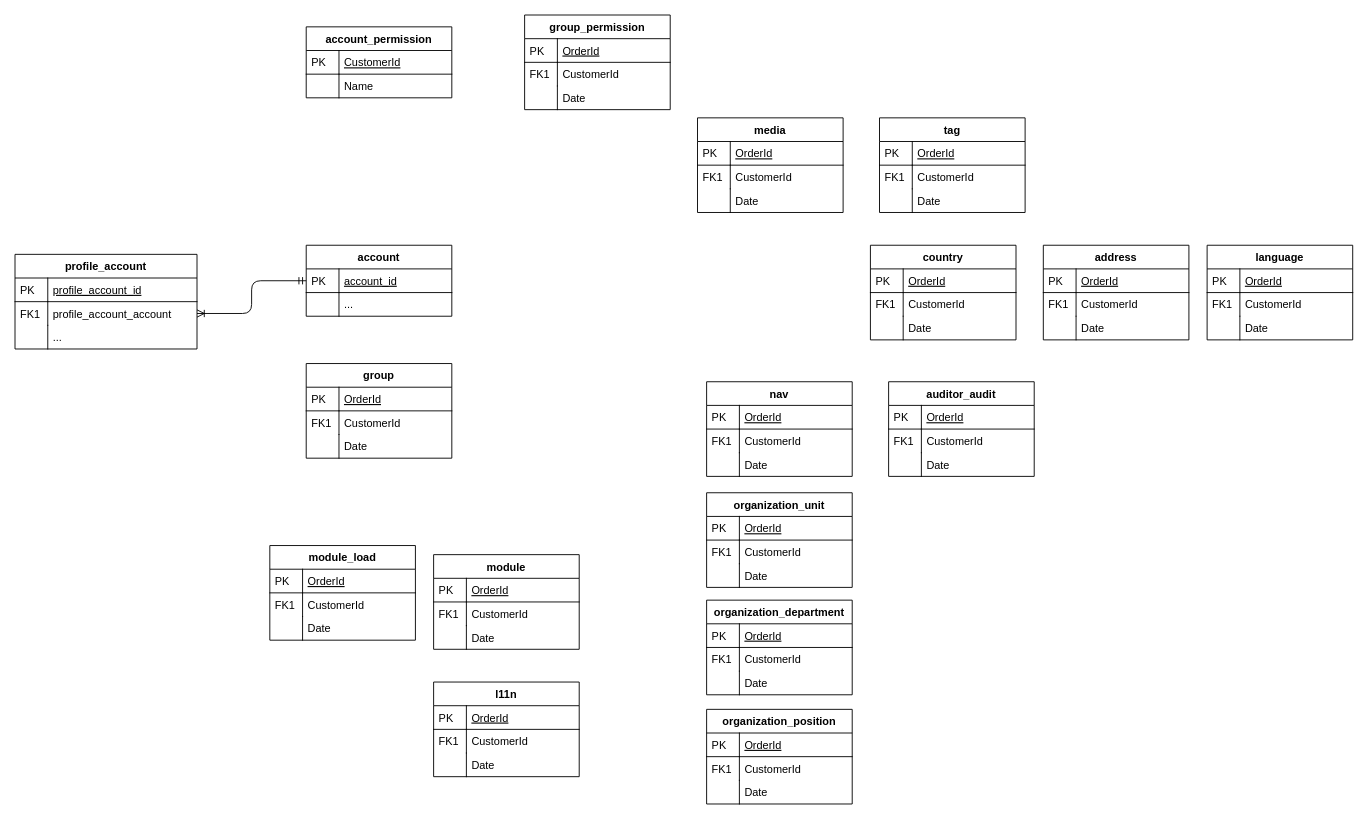
The draw.io diagram application/Untitled Diagram.drawio in Orange-Management/Developer-Guide, before the edit. Source tidied: cells renumbered, new cells numbered last; positions are measured from the earlier drawing's top-left corner, leaving out a move shared by most shapes. Both pictures are drawn from the tidied source at 91%, with x=0, y=0 at pixel (15, 15).
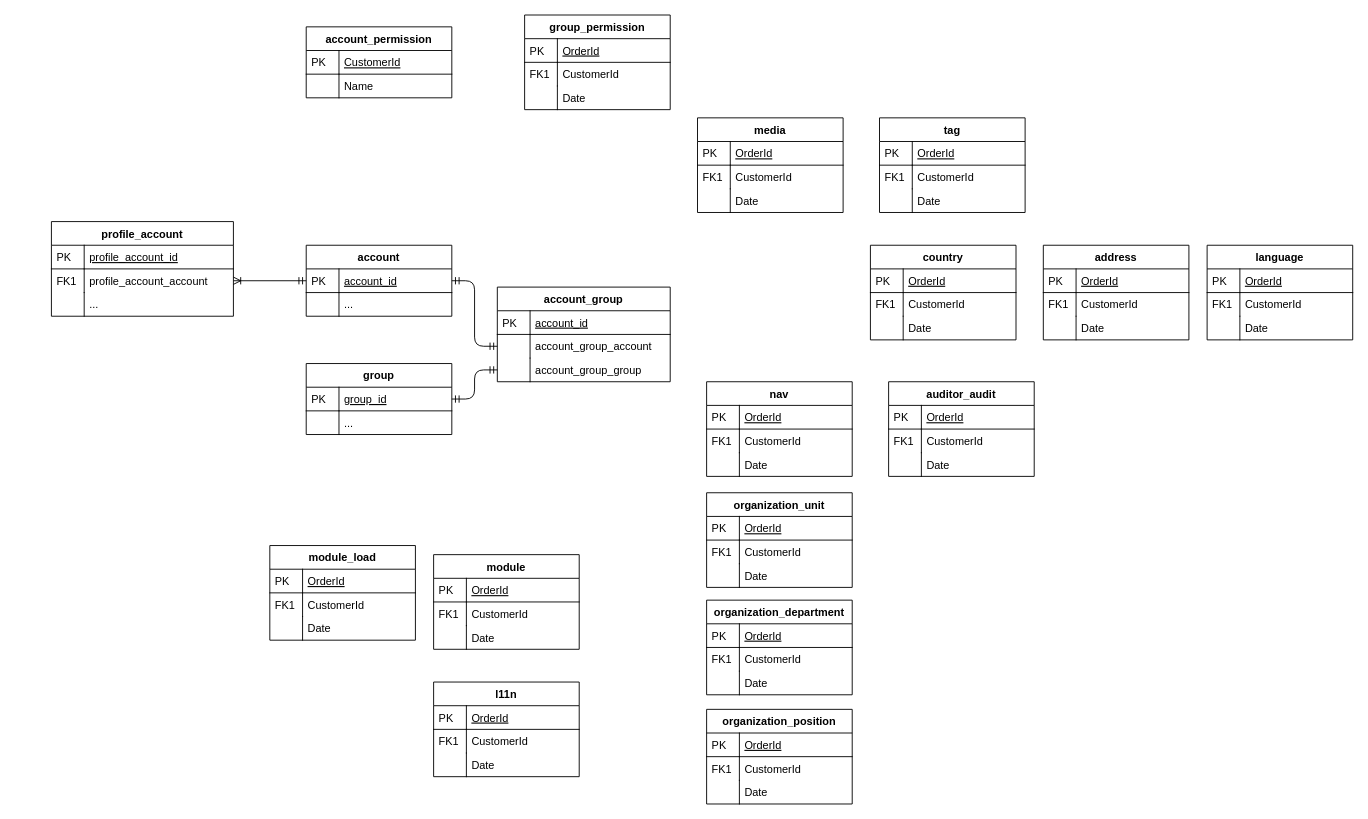
The same page after the edit.

The change refers to these unchanged cells:
```xml
<mxCell id="2" value="account" style="swimlane;fontStyle=1;horizontal=1;startSize=26;rounded=0;shadow=0;strokeWidth=1;" parent="1" vertex="1">
  <mxGeometry x="320" y="253" width="160" height="78" as="geometry" />
</mxCell>
```

Change to the diagram source:
```diff
@@
     <mxCell id="7" value="group" style="swimlane;fontStyle=1;horizontal=1;startSize=26;rounded=0;shadow=0;strokeWidth=1;" parent="1" vertex="1">
-      <mxGeometry x="320" y="383" width="160" height="104" as="geometry" />
+      <mxGeometry x="320" y="383" width="160" height="78" as="geometry" />
     </mxCell>
-    <mxCell id="8" value="OrderId" style="shape=partialRectangle;top=0;left=0;right=0;bottom=1;align=left;verticalAlign=top;fillColor=none;spacingLeft=40;spacingRight=4;overflow=hidden;points=[[0,0.5],[1,0.5]];portConstraint=eastwest;rounded=0;shadow=0;strokeWidth=1;fontStyle=4;" parent="7" vertex="1">
+    <mxCell id="8" value="group_id" style="shape=partialRectangle;top=0;left=0;right=0;bottom=1;align=left;verticalAlign=top;fillColor=none;spacingLeft=40;spacingRight=4;overflow=hidden;points=[[0,0.5],[1,0.5]];portConstraint=eastwest;rounded=0;shadow=0;strokeWidth=1;fontStyle=4;" parent="7" vertex="1">
       <mxGeometry y="26" width="160" height="26" as="geometry" />
     </mxCell>
@@
-    <mxCell id="10" value="CustomerId" style="shape=partialRectangle;top=0;left=0;right=0;bottom=0;align=left;verticalAlign=top;fillColor=none;spacingLeft=40;spacingRight=4;overflow=hidden;rounded=0;shadow=0;strokeWidth=1;" parent="7" vertex="1">
-      <mxGeometry y="52" width="160" height="26" as="geometry" />
-    </mxCell>
-    <mxCell id="11" value="FK1" style="shape=partialRectangle;top=0;left=0;bottom=0;fillColor=none;align=left;verticalAlign=top;spacingLeft=4;spacingRight=4;overflow=hidden;" parent="10" vertex="1">
-      <mxGeometry width="36" height="26" as="geometry" />
-    </mxCell>
-    <mxCell id="12" value="Date" style="shape=partialRectangle;top=0;left=0;right=0;bottom=0;align=left;verticalAlign=top;fillColor=none;spacingLeft=40;spacingRight=4;overflow=hidden;rounded=0;shadow=0;strokeWidth=1;" parent="7" vertex="1">
-      <mxGeometry y="78" width="160" height="26" as="geometry" />
+    <mxCell id="12" value="..." style="shape=partialRectangle;top=0;left=0;right=0;bottom=0;align=left;verticalAlign=top;fillColor=none;spacingLeft=40;spacingRight=4;overflow=hidden;rounded=0;shadow=0;strokeWidth=1;" parent="7" vertex="1">
+      <mxGeometry y="52" width="160" height="26" as="geometry" />
     </mxCell>
@@
     <mxCell id="14" value="profile_account" style="swimlane;fontStyle=1;horizontal=1;startSize=26;rounded=0;shadow=0;strokeWidth=1;" parent="1" vertex="1">
-      <mxGeometry y="263" width="200" height="104" as="geometry" />
+      <mxGeometry x="40" y="227" width="200" height="104" as="geometry" />
     </mxCell>
@@
+    <mxCell id="125" value="account_group" style="swimlane;fontStyle=1;horizontal=1;startSize=26;rounded=0;shadow=0;strokeWidth=1;" parent="1" vertex="1">
+      <mxGeometry x="530" y="299" width="190" height="104" as="geometry" />
+    </mxCell>
+    <mxCell id="126" value="account_id" style="shape=partialRectangle;top=0;left=0;right=0;bottom=1;align=left;verticalAlign=top;fillColor=none;spacingLeft=40;spacingRight=4;overflow=hidden;rounded=0;shadow=0;strokeWidth=1;fontStyle=4;" parent="125" vertex="1">
+      <mxGeometry y="26" width="190" height="26" as="geometry" />
+    </mxCell>
+    <mxCell id="127" value="PK" style="shape=partialRectangle;top=0;left=0;bottom=0;fillColor=none;align=left;verticalAlign=top;spacingLeft=4;spacingRight=4;overflow=hidden;" parent="126" vertex="1">
+      <mxGeometry width="36" height="26" as="geometry" />
+    </mxCell>
+    <mxCell id="128" value="account_group_account" style="shape=partialRectangle;top=0;left=0;right=0;bottom=0;align=left;verticalAlign=top;fillColor=none;spacingLeft=40;spacingRight=4;overflow=hidden;points=[[0,0.5],[1,0.5]];portConstraint=eastwest;rounded=0;shadow=0;strokeWidth=1;" parent="125" vertex="1">
+      <mxGeometry y="52" width="190" height="26" as="geometry" />
+    </mxCell>
+    <mxCell id="129" style="shape=partialRectangle;top=0;left=0;bottom=0;fillColor=none;align=left;verticalAlign=top;spacingLeft=4;spacingRight=4;overflow=hidden;" parent="128" vertex="1">
+      <mxGeometry width="36" height="26" as="geometry" />
+    </mxCell>
+    <mxCell id="130" value="account_group_group" style="shape=partialRectangle;top=0;left=0;right=0;bottom=0;align=left;verticalAlign=top;fillColor=none;spacingLeft=40;spacingRight=4;overflow=hidden;points=[[0,0.5],[1,0.5]];portConstraint=eastwest;rounded=0;shadow=0;strokeWidth=1;" parent="125" vertex="1">
+      <mxGeometry y="78" width="190" height="26" as="geometry" />
+    </mxCell>
+    <mxCell id="131" style="shape=partialRectangle;top=0;left=0;bottom=0;fillColor=none;align=left;verticalAlign=top;spacingLeft=4;spacingRight=4;overflow=hidden;" parent="130" vertex="1">
+      <mxGeometry width="36" height="26" as="geometry" />
+    </mxCell>
+    <mxCell id="132" style="edgeStyle=orthogonalEdgeStyle;fontSize=12;html=1;endArrow=ERmandOne;startArrow=ERmandOne;entryX=0;entryY=0.5;entryDx=0;entryDy=0;exitX=1;exitY=0.5;exitDx=0;exitDy=0;" parent="1" edge="1" source="2" target="128">
+      <mxGeometry relative="1" as="geometry" />
+    </mxCell>
+    <mxCell id="133" style="edgeStyle=orthogonalEdgeStyle;fontSize=12;html=1;endArrow=ERmandOne;startArrow=ERmandOne;entryX=0;entryY=0.5;entryDx=0;entryDy=0;exitX=1;exitY=0.5;exitDx=0;exitDy=0;" parent="1" edge="1" source="8" target="130">
+      <mxGeometry relative="1" as="geometry" />
+    </mxCell>
```
